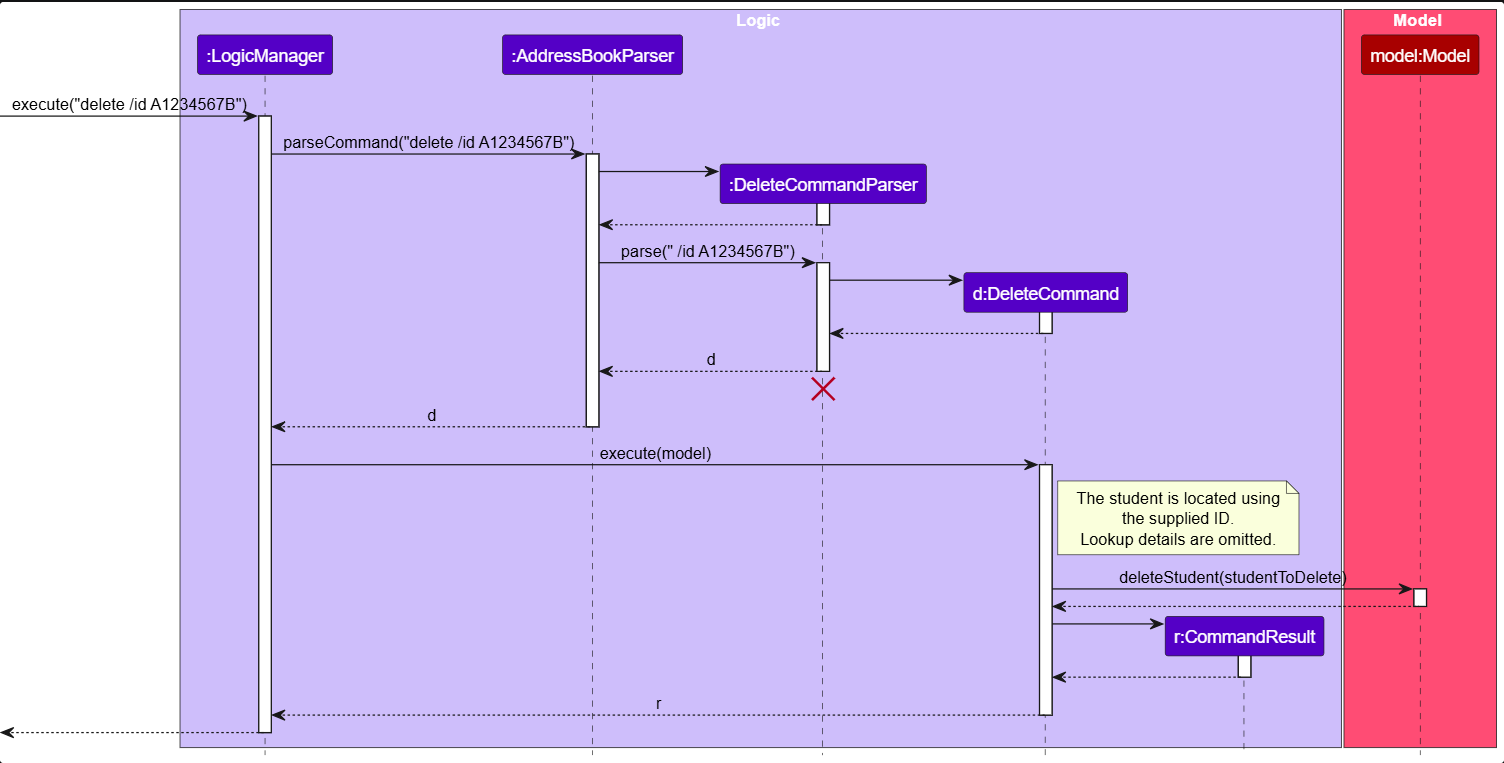
The PlantUML diagram docs/images/DeleteSequenceDiagram.png in AY2627S1-CS2103-F11-1/tp, before a commit. Its source is kept beside it as docs/diagrams/DeleteSequenceDiagram.puml.
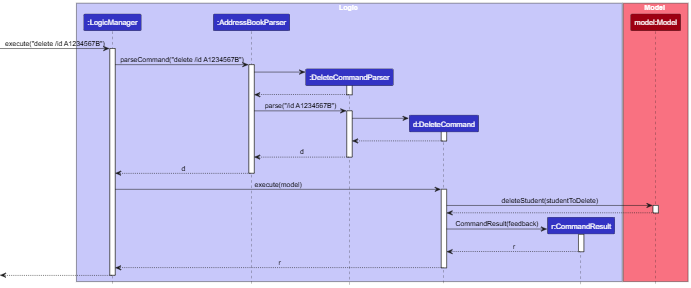
The same diagram one commit later.

Commit message:
Fix delete sequence diagram

Change to the diagram source:
```diff
@@ -26,7 +26,7 @@
 DeleteCommandParser --> AddressBookParser
 deactivate DeleteCommandParser
 
-AddressBookParser -> DeleteCommandParser : parse(" /id A1234567B")
+AddressBookParser -> DeleteCommandParser : parse("/id A1234567B")
 activate DeleteCommandParser
 
 create DeleteCommand
@@ -38,20 +38,11 @@
 DeleteCommandParser --> AddressBookParser : d
 deactivate DeleteCommandParser
 
-DeleteCommandParser -[hidden]-> AddressBookParser
-destroy DeleteCommandParser
-
 AddressBookParser --> LogicManager : d
 deactivate AddressBookParser
 
 LogicManager -> DeleteCommand : execute(model)
 activate DeleteCommand
-
-note right of DeleteCommand
-  The student is located using
-  the supplied ID.
-  Lookup details are omitted.
-end note
 
 DeleteCommand -> Model : deleteStudent(studentToDelete)
 activate Model
@@ -60,9 +51,9 @@
 deactivate Model
 
 create CommandResult
-DeleteCommand -> CommandResult
+DeleteCommand -> CommandResult : CommandResult(feedback)
 activate CommandResult
-CommandResult --> DeleteCommand
+CommandResult --> DeleteCommand : r
 deactivate CommandResult
 
 DeleteCommand --> LogicManager : r
```
